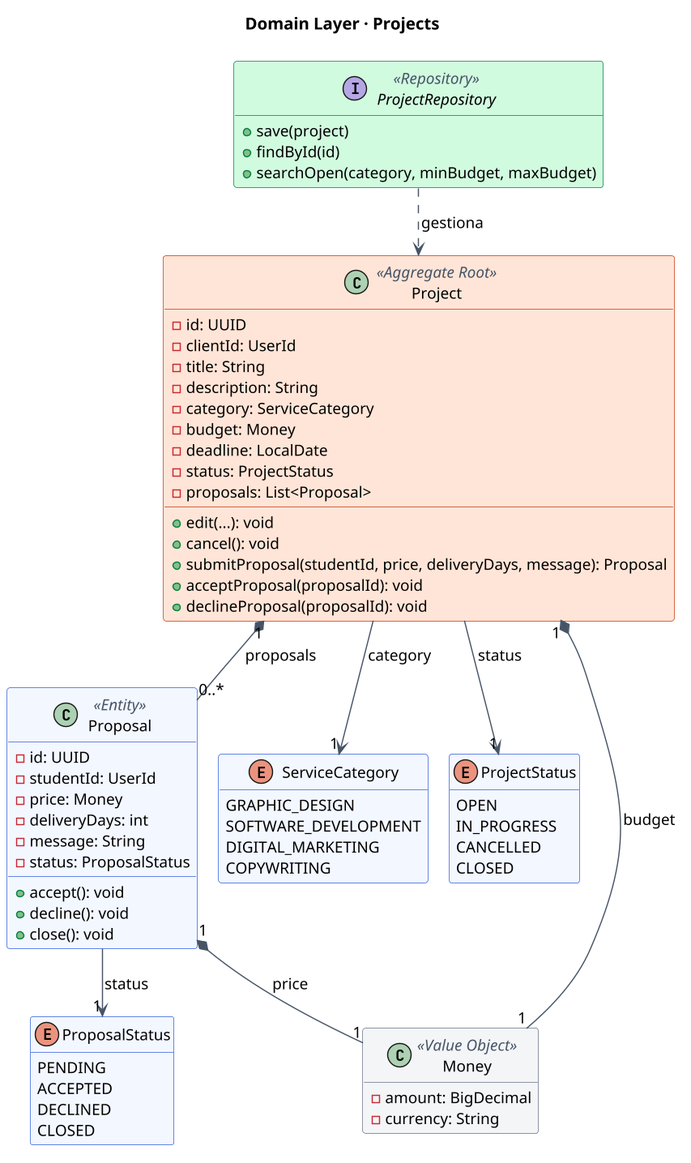
Before: img/cap 5/class-projects.png, a diagram exported from PlantUML (1ASI0728-2620-9075-Chambita/1ASI0728-2620-9075-TF-Report). The source it was exported from:
```plantuml
@startuml
skinparamlocked dpi 140
!pragma layout smetana
skinparam backgroundColor white
skinparam shadowing false
skinparam defaultFontName Noto Sans
skinparam defaultFontSize 13
skinparam class {
  BackgroundColor #F3F7FF
  BorderColor #2E5BDB
  ArrowColor #475467
  StereotypeFontColor #475467
}
skinparam class<<Aggregate Root>> {
  BackgroundColor #FFE4D6
  BorderColor #C4320A
}
skinparam class<<Value Object>> {
  BackgroundColor #F2F4F7
  BorderColor #667085
}
skinparam class<<Repository>> {
  BackgroundColor #D1FADF
  BorderColor #067647
}
skinparam class<<Domain Service>> {
  BackgroundColor #FEF0C7
  BorderColor #B54708
}
hide empty members

title Domain Layer · Projects
class Project <<Aggregate Root>> {
  - id: UUID
  - clientId: UserId
  - title: String
  - description: String
  - category: ServiceCategory
  - budget: Money
  - deadline: LocalDate
  - status: ProjectStatus
  - proposals: List<Proposal>
  + edit(...): void
  + cancel(): void
  + submitProposal(studentId, price, deliveryDays, message): Proposal
  + acceptProposal(proposalId): void
  + declineProposal(proposalId): void
}
class Proposal <<Entity>> {
  - id: UUID
  - studentId: UserId
  - price: Money
  - deliveryDays: int
  - message: String
  - status: ProposalStatus
  + accept(): void
  + decline(): void
  + close(): void
}
enum ServiceCategory {
  GRAPHIC_DESIGN
  SOFTWARE_DEVELOPMENT
  DIGITAL_MARKETING
  COPYWRITING
}
enum ProjectStatus {
  OPEN
  IN_PROGRESS
  CANCELLED
  CLOSED
}
enum ProposalStatus {
  PENDING
  ACCEPTED
  DECLINED
  CLOSED
}
class Money <<Value Object>> {
  - amount: BigDecimal
  - currency: String
}
interface ProjectRepository <<Repository>> {
  + save(project)
  + findById(id)
  + searchOpen(category, minBudget, maxBudget)
}
Project "1" *-- "0..*" Proposal : proposals
Project --> "1" ServiceCategory : category
Project --> "1" ProjectStatus : status
Proposal --> "1" ProposalStatus : status
Project "1" *-- "1" Money : budget
Proposal "1" *-- "1" Money : price
ProjectRepository ..> Project : gestiona
@enduml
```
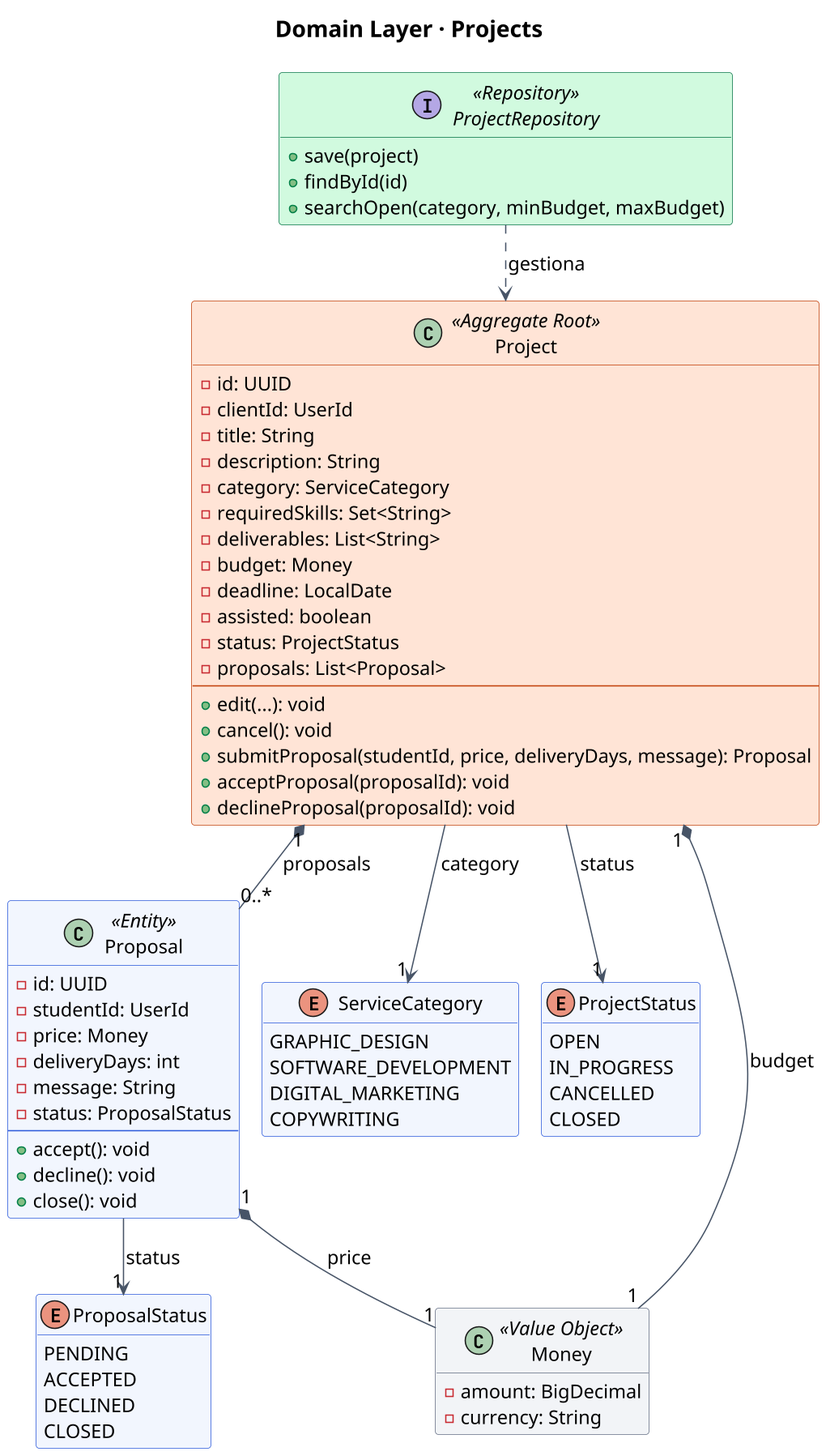
Above is the later version.

Diff of the diagram source:
```diff
@@ -1,61 +1,62 @@
 @startuml
-skinparamlocked dpi 140
+skinparamlocked dpi 150
 !pragma layout smetana
-skinparam backgroundColor white
+skinparam defaultFontName "Noto Sans"
+skinparam defaultFontSize 15
 skinparam shadowing false
-skinparam defaultFontName Noto Sans
-skinparam defaultFontSize 13
+skinparam ArrowColor #475467
+skinparam TitleFontSize 18
 skinparam class {
-  BackgroundColor #F3F7FF
+  BackgroundColor #F2F6FE
   BorderColor #2E5BDB
-  ArrowColor #475467
-  StereotypeFontColor #475467
-}
-skinparam class<<Aggregate Root>> {
-  BackgroundColor #FFE4D6
-  BorderColor #C4320A
-}
-skinparam class<<Value Object>> {
-  BackgroundColor #F2F4F7
-  BorderColor #667085
-}
-skinparam class<<Repository>> {
-  BackgroundColor #D1FADF
-  BorderColor #067647
-}
-skinparam class<<Domain Service>> {
-  BackgroundColor #FEF0C7
-  BorderColor #B54708
+  BackgroundColor<<Aggregate Root>> #FFE4D6
+  BorderColor<<Aggregate Root>> #C2410C
+  BackgroundColor<<Entity>> #F2F6FE
+  BorderColor<<Entity>> #2E5BDB
+  BackgroundColor<<Repository>> #D1FADF
+  BorderColor<<Repository>> #067647
+  BackgroundColor<<Value Object>> #F2F4F7
+  BorderColor<<Value Object>> #667085
 }
 hide empty members
+title Domain Layer · Projects
 
-title Domain Layer · Projects
+interface ProjectRepository <<Repository>> {
+  +save(project)
+  +findById(id)
+  +searchOpen(category, minBudget, maxBudget)
+}
 class Project <<Aggregate Root>> {
-  - id: UUID
-  - clientId: UserId
-  - title: String
-  - description: String
-  - category: ServiceCategory
-  - budget: Money
-  - deadline: LocalDate
-  - status: ProjectStatus
-  - proposals: List<Proposal>
-  + edit(...): void
-  + cancel(): void
-  + submitProposal(studentId, price, deliveryDays, message): Proposal
-  + acceptProposal(proposalId): void
-  + declineProposal(proposalId): void
+  -id: UUID
+  -clientId: UserId
+  -title: String
+  -description: String
+  -category: ServiceCategory
+  -requiredSkills: Set<String>
+  -deliverables: List<String>
+  -budget: Money
+  -deadline: LocalDate
+  -assisted: boolean
+  -status: ProjectStatus
+  -proposals: List<Proposal>
+  --
+  +edit(...): void
+  +cancel(): void
+  +submitProposal(studentId, price, deliveryDays, message): Proposal
+  +acceptProposal(proposalId): void
+  +declineProposal(proposalId): void
 }
 class Proposal <<Entity>> {
-  - id: UUID
-  - studentId: UserId
-  - price: Money
-  - deliveryDays: int
-  - message: String
-  - status: ProposalStatus
-  + accept(): void
-  + decline(): void
-  + close(): void
+  -id: UUID
+  -studentId: UserId
+  -price: Money
+  -deliveryDays: int
+  -message: String
+  -status: ProposalStatus
+  --
+  +accept(): void
+  +decline(): void
+  +close(): void
 }
 enum ServiceCategory {
   GRAPHIC_DESIGN
@@ -76,19 +77,14 @@
   CLOSED
 }
 class Money <<Value Object>> {
-  - amount: BigDecimal
-  - currency: String
+  -amount: BigDecimal
+  -currency: String
 }
-interface ProjectRepository <<Repository>> {
-  + save(project)
-  + findById(id)
-  + searchOpen(category, minBudget, maxBudget)
-}
+ProjectRepository ..> Project : gestiona
 Project "1" *-- "0..*" Proposal : proposals
 Project --> "1" ServiceCategory : category
 Project --> "1" ProjectStatus : status
+Project "1" *-- "1" Money : budget
 Proposal --> "1" ProposalStatus : status
-Project "1" *-- "1" Money : budget
 Proposal "1" *-- "1" Money : price
-ProjectRepository ..> Project : gestiona
 @enduml
```
